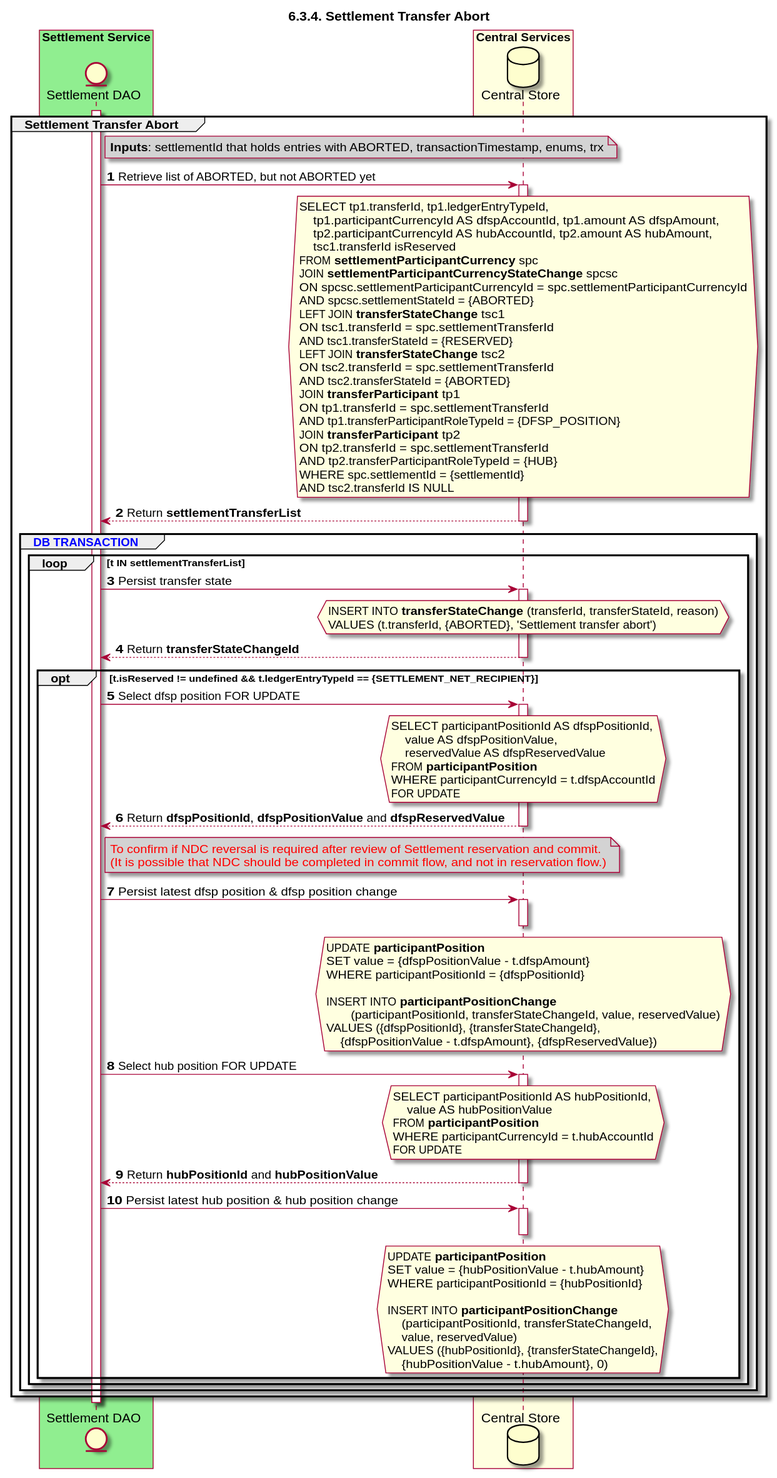
Before: Diagrams/SequenceDiagrams/seq-settransfer-6.3.4-abort.svg, a diagram exported from PlantUML (ggrg/docs).
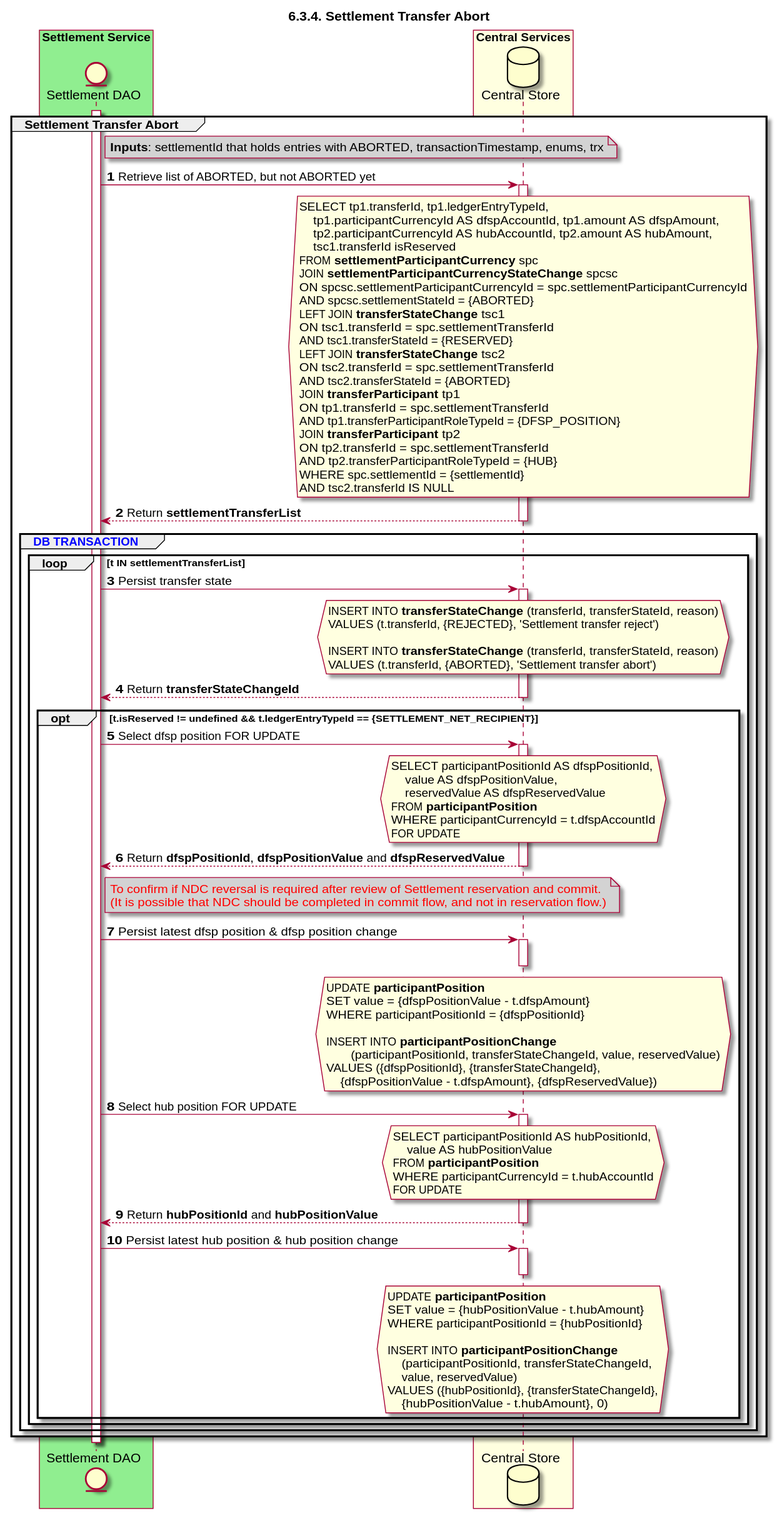
The same file after the commit.

Commit message:
Added REJECTED transferStateChange

Change to the diagram source:
```diff
@@ -51,6 +51,9 @@
             SETTLE_DAO -> DB: Persist transfer state
             activate DB
             hnote over DB #lightyellow
+                INSERT INTO **transferStateChange** (transferId, transferStateId, reason)
+                VALUES (t.transferId, {REJECTED}, 'Settlement transfer reject')
+
                 INSERT INTO **transferStateChange** (transferId, transferStateId, reason)
                 VALUES (t.transferId, {ABORTED}, 'Settlement transfer abort')
             end note
```
